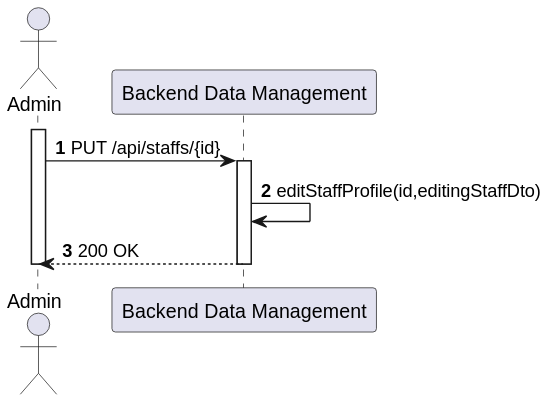
Above: docs/sprint-a/us-5.1.13/views/level2/process-view.svg in 1220846/sem5pi-24-25-3ddg20 (PlantUML), before the change.
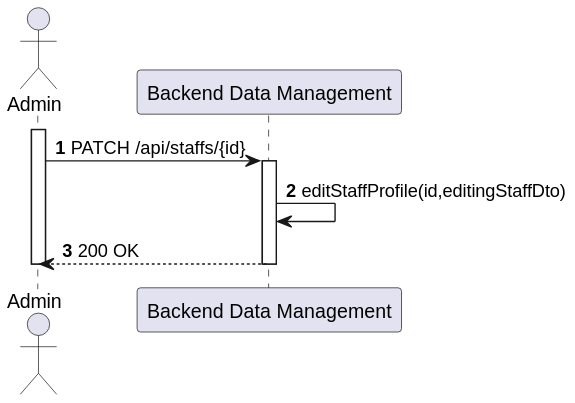
After the commit.

Diff of the diagram source:
```diff
@@ -5,7 +5,7 @@
 participant "Backend Data Management" as BDM
 
 activate ADM
-    ADM -> BDM : PUT /api/staffs/{id}
+    ADM -> BDM : PATCH /api/staffs/{id}
     activate BDM
         BDM -> BDM : editStaffProfile(id,editingStaffDto)
         BDM --> ADM : 200 OK
```
